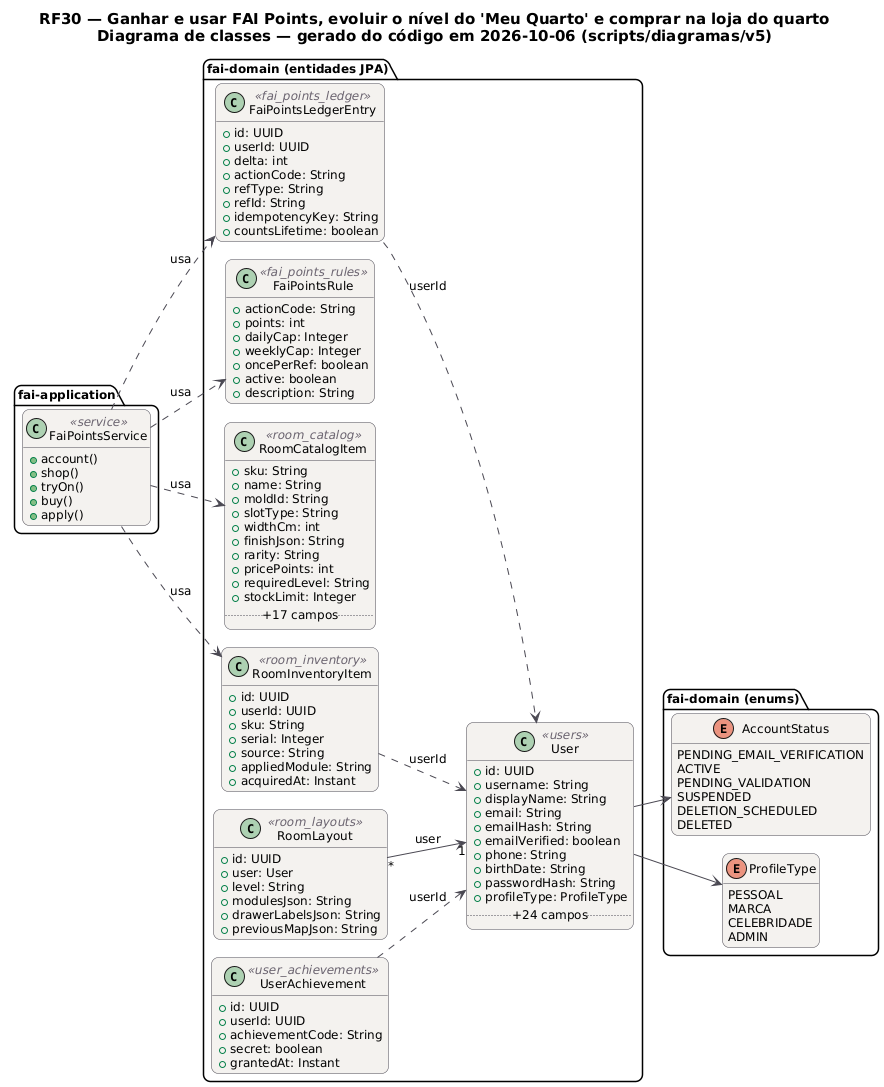
Above: docs/diagramas/RF30/RF30_Classes.png in MatheusHaliski/tcc-2026-fashion-ai-backend (PlantUML), before the change.
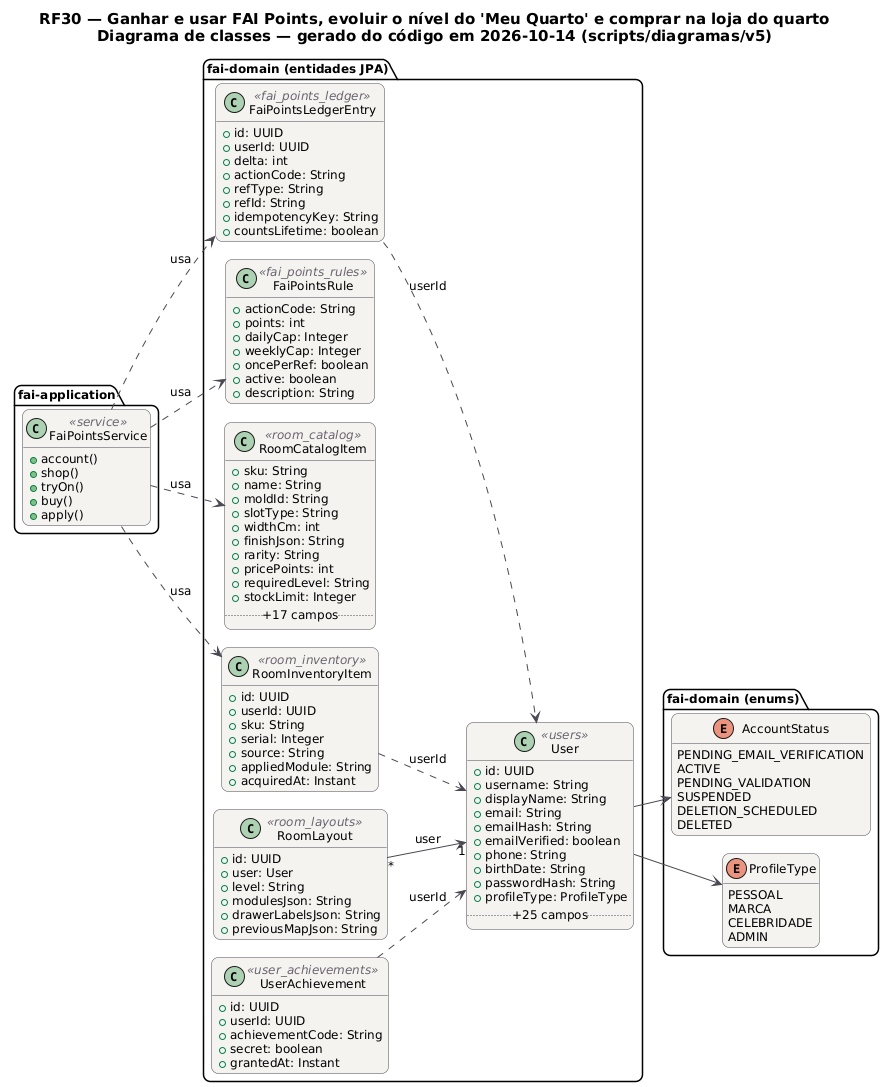
The same diagram one commit later.

Change to the diagram source:
```diff
@@ -20,7 +20,7 @@
 }
 hide empty members
 left to right direction
-title RF30 — Ganhar e usar FAI Points, evoluir o nível do 'Meu Quarto' e comprar na loja do quarto\nDiagrama de classes — gerado do código em 2026-10-06 (scripts/diagramas/v5)
+title RF30 — Ganhar e usar FAI Points, evoluir o nível do 'Meu Quarto' e comprar na loja do quarto\nDiagrama de classes — gerado do código em 2026-10-14 (scripts/diagramas/v5)
 
 package "fai-domain (entidades JPA)" {
   class FaiPointsLedgerEntry <<fai_points_ledger>> {
@@ -83,7 +83,7 @@
     +birthDate: String
     +passwordHash: String
     +profileType: ProfileType
-    .. +24 campos ..
+    .. +25 campos ..
   }
   class UserAchievement <<user_achievements>> {
     +id: UUID
```
